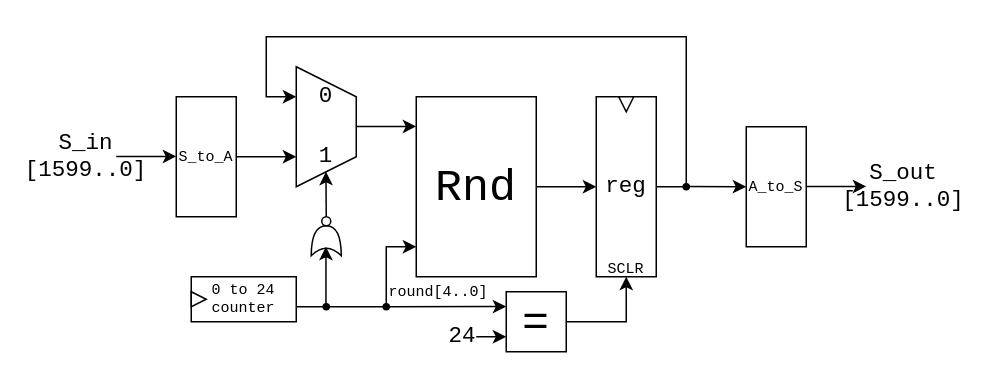
The draw.io diagram KECCAK.drawio in NTP17/SHAKE256_sv, before the edit. Source tidied: cells renumbered, new cells numbered last; positions are measured from the earlier drawing's top-left corner, leaving out a move shared by most shapes. Both pictures are drawn from the tidied source at 150%, with x=0, y=0 at pixel (56, 36).
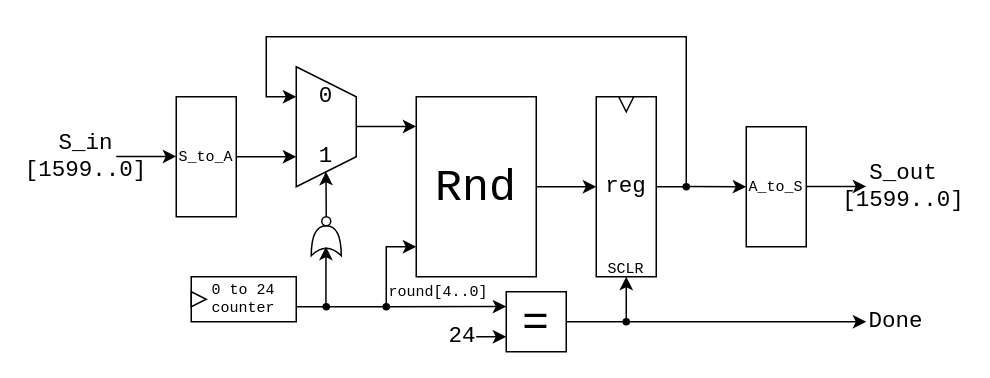
Above is the later version.

The edit, as a diff of the source:
```diff
@@
+    <mxCell id="37" style="endArrow=classic;html=1;rounded=0;" parent="1" edge="1">
+      <mxGeometry relative="1" as="geometry">
+        <mxPoint x="380" y="190" as="sourcePoint" />
+        <mxPoint x="540" y="190" as="targetPoint" />
+      </mxGeometry>
+    </mxCell>
+    <mxCell id="38" style="ellipse;whiteSpace=wrap;html=1;fillColor=#000000;" parent="1" vertex="1">
+      <mxGeometry x="378" y="188" width="4" height="4" as="geometry" />
+    </mxCell>
+    <mxCell id="39" value="Done" style="text;html=1;strokeColor=none;fillColor=none;align=center;verticalAlign=middle;whiteSpace=wrap;rounded=0;fontSize=15;fontFamily=Courier New;" parent="1" vertex="1">
+      <mxGeometry x="540" y="182.5" width="40" height="15" as="geometry" />
+    </mxCell>
```
